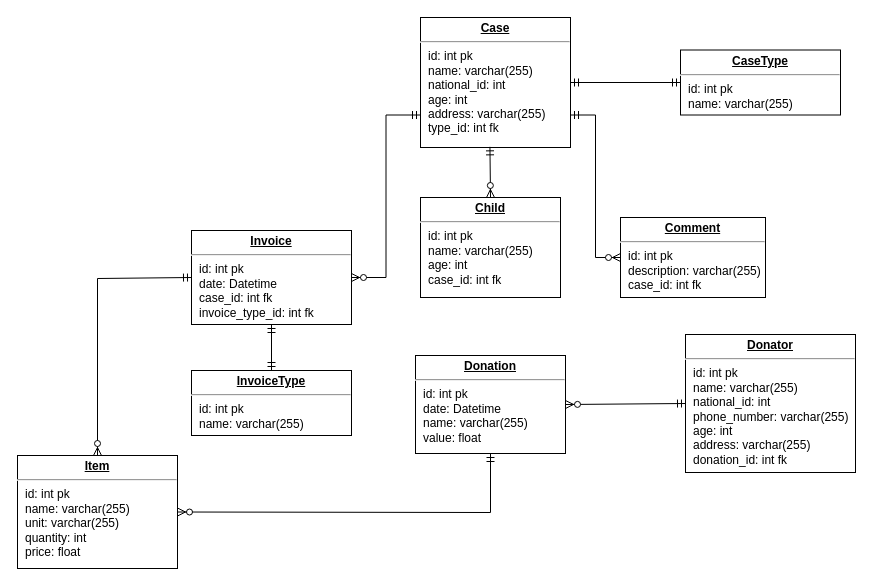
Before: page "Page-1" (1 of 2) of database.drawio in MuhammadTarek10/charity-app, a draw.io diagram. Source tidied: cells renumbered, new cells numbered last; positions are measured from the earlier drawing's top-left corner, leaving out a move shared by most shapes. Both pictures are drawn from the tidied source at 100%, with x=0, y=0 at pixel (17, 17).
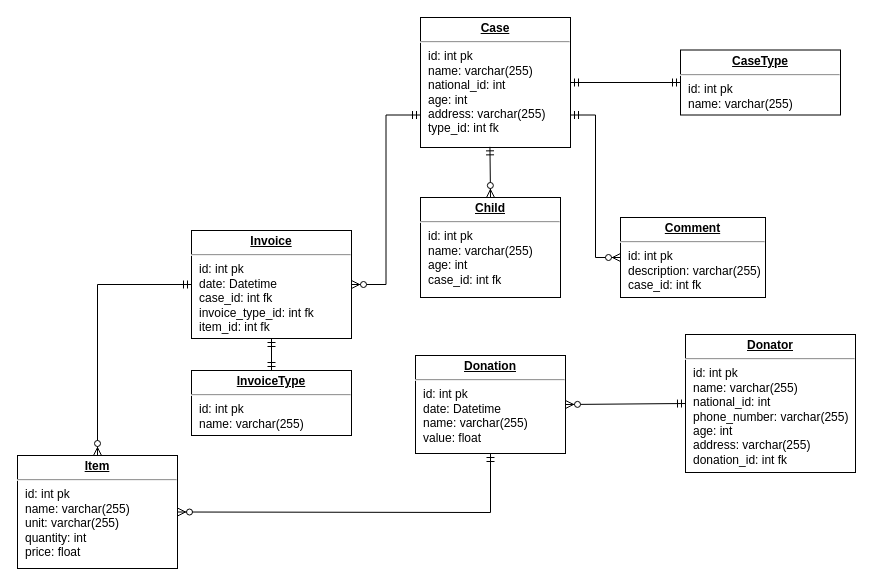
The same diagram, later.

The change refers to these unchanged cells:
```xml
<mxCell id="16" value="&lt;p style=&quot;margin: 0px ; margin-top: 4px ; text-align: center ; text-decoration: underline&quot;&gt;&lt;b&gt;Item&lt;/b&gt;&lt;/p&gt;&lt;hr&gt;&lt;p style=&quot;margin: 0px ; margin-left: 8px&quot;&gt;id: int pk&lt;/p&gt;&lt;p style=&quot;margin: 0px ; margin-left: 8px&quot;&gt;name: varchar(255)&lt;/p&gt;&lt;p style=&quot;margin: 0px ; margin-left: 8px&quot;&gt;unit: varchar(255)&lt;/p&gt;&lt;p style=&quot;margin: 0px ; margin-left: 8px&quot;&gt;quantity: int&lt;/p&gt;&lt;p style=&quot;margin: 0px ; margin-left: 8px&quot;&gt;price: float&lt;/p&gt;" style="verticalAlign=top;align=left;overflow=fill;fontSize=12;fontFamily=Helvetica;html=1;rounded=0;shadow=0;comic=0;labelBackgroundColor=none;strokeWidth=1;" parent="1" vertex="1">
  <mxGeometry y="438" width="160" height="113" as="geometry" />
</mxCell>
```

Diff of the diagram source:
```diff
@@
-    <mxCell id="9" value="&lt;p style=&quot;margin: 0px ; margin-top: 4px ; text-align: center ; text-decoration: underline&quot;&gt;&lt;b&gt;Invoice&lt;/b&gt;&lt;/p&gt;&lt;hr&gt;&lt;p style=&quot;margin: 0px ; margin-left: 8px&quot;&gt;id: int pk&lt;/p&gt;&lt;p style=&quot;margin: 0px ; margin-left: 8px&quot;&gt;date: Datetime&lt;/p&gt;&lt;p style=&quot;margin: 0px ; margin-left: 8px&quot;&gt;case_id: int fk&lt;/p&gt;&lt;p style=&quot;margin: 0px ; margin-left: 8px&quot;&gt;invoice_type_id: int fk&lt;/p&gt;&lt;p style=&quot;margin: 0px ; margin-left: 8px&quot;&gt;&lt;br&gt;&lt;/p&gt;" style="verticalAlign=top;align=left;overflow=fill;fontSize=12;fontFamily=Helvetica;html=1;rounded=0;shadow=0;comic=0;labelBackgroundColor=none;strokeWidth=1;" parent="1" vertex="1">
-      <mxGeometry x="174" y="213" width="160" height="94" as="geometry" />
+    <mxCell id="9" value="&lt;p style=&quot;margin: 0px ; margin-top: 4px ; text-align: center ; text-decoration: underline&quot;&gt;&lt;b&gt;Invoice&lt;/b&gt;&lt;/p&gt;&lt;hr&gt;&lt;p style=&quot;margin: 0px ; margin-left: 8px&quot;&gt;id: int pk&lt;/p&gt;&lt;p style=&quot;margin: 0px ; margin-left: 8px&quot;&gt;date: Datetime&lt;/p&gt;&lt;p style=&quot;margin: 0px ; margin-left: 8px&quot;&gt;case_id: int fk&lt;/p&gt;&lt;p style=&quot;margin: 0px ; margin-left: 8px&quot;&gt;invoice_type_id: int fk&lt;/p&gt;&lt;p style=&quot;margin: 0px ; margin-left: 8px&quot;&gt;item_id: int fk&lt;/p&gt;" style="verticalAlign=top;align=left;overflow=fill;fontSize=12;fontFamily=Helvetica;html=1;rounded=0;shadow=0;comic=0;labelBackgroundColor=none;strokeWidth=1;" parent="1" vertex="1">
+      <mxGeometry x="174" y="213" width="160" height="108" as="geometry" />
     </mxCell>
@@
     <mxCell id="18" style="fontSize=12;html=1;endArrow=ERzeroToMany;startArrow=ERmandOne;rounded=0;exitX=0;exitY=0.5;exitDx=0;exitDy=0;entryX=0.5;entryY=0;entryDx=0;entryDy=0;" parent="1" edge="1" source="9" target="16">
       <mxGeometry relative="1" as="geometry">
         <Array as="points">
-          <mxPoint x="80" y="261" />
+          <mxPoint x="80" y="267" />
         </Array>
       </mxGeometry>
     </mxCell>
```
